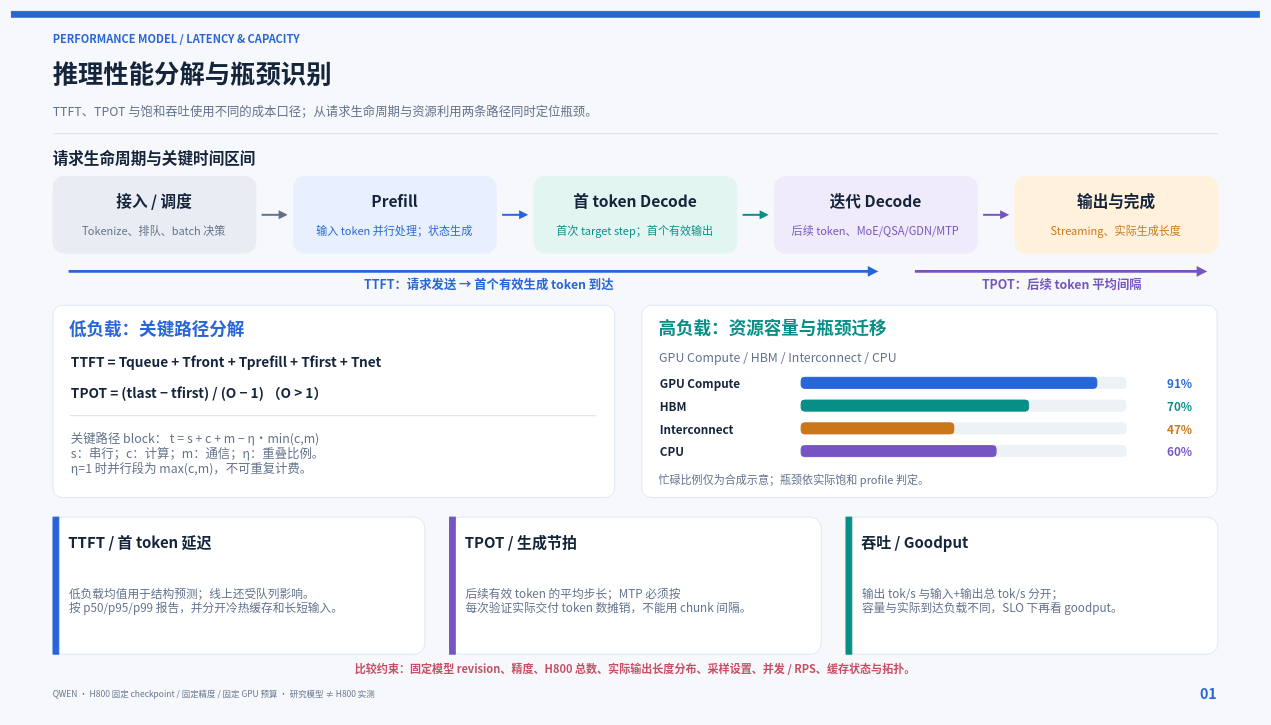
This is page "01｜性能分解与瓶颈识别" (1 of 3) of theory/diagrams/inference-optimization-map.drawio from Sunhuahai/llm-inference-theory, a draw.io file, before an edit. Source tidied: cells renumbered, new cells numbered last; positions are measured from the earlier drawing's top-left corner, leaving out a move shared by most shapes. Both pictures are drawn from the tidied source at 65%, with x=0, y=0 at pixel (11, 11).
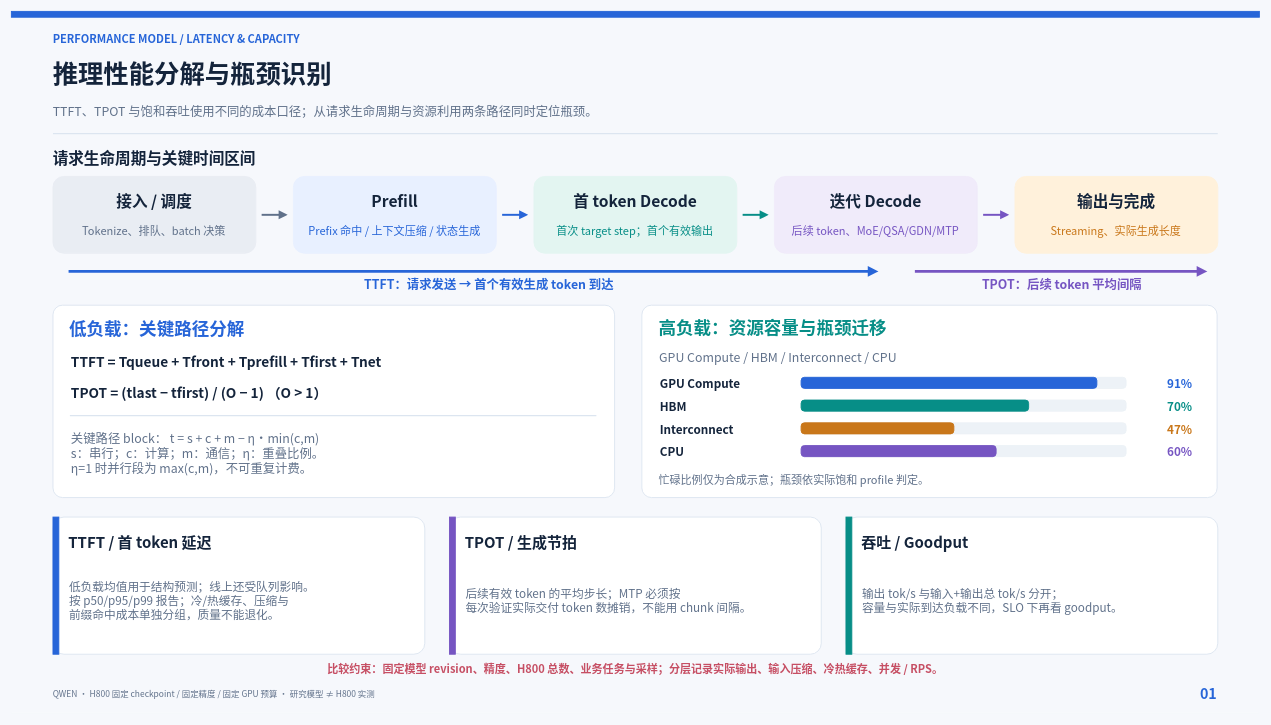
The same page after the edit.

Diff of the diagram source:
```diff
@@
-    <mxCell id="17" value="输入 token 并行处理；状态生成" style="text;whiteSpace=wrap;html=0;overflow=visible;align=center;verticalAlign=middle;spacing=0;fontFamily=Noto Sans CJK SC;fontSize=17;fontStyle=0;fontColor=#2765D8;strokeColor=none;fillColor=none;" parent="1" vertex="1">
+    <mxCell id="17" value="Prefix 命中 / 上下文压缩 / 状态生成" style="text;whiteSpace=wrap;html=0;overflow=visible;align=center;verticalAlign=middle;spacing=0;fontFamily=Noto Sans CJK SC;fontSize=17;fontStyle=0;fontColor=#2765D8;strokeColor=none;fillColor=none;" parent="1" vertex="1">
       <mxGeometry x="445" y="318" width="289" height="39" as="geometry" />
     </mxCell>
@@
-    <mxCell id="63" value="低负载均值用于结构预测；线上还受队列影响。&#10;按 p50/p95/p99 报告，并分开冷热缓存和长短输入。" style="text;whiteSpace=wrap;html=0;overflow=visible;align=left;verticalAlign=middle;spacing=0;fontFamily=Noto Sans CJK SC;fontSize=18;fontStyle=0;fontColor=#60718A;strokeColor=none;fillColor=none;" parent="1" vertex="1">
+    <mxCell id="63" value="低负载均值用于结构预测；线上还受队列影响。&#10;按 p50/p95/p99 报告；冷/热缓存、压缩与&#10;前缀命中成本单独分组，质量不能退化。" style="text;whiteSpace=wrap;html=0;overflow=visible;align=left;verticalAlign=middle;spacing=0;fontFamily=Noto Sans CJK SC;fontSize=18;fontStyle=0;fontColor=#60718A;strokeColor=none;fillColor=none;" parent="1" vertex="1">
       <mxGeometry x="89" y="846" width="520" height="119" as="geometry" />
     </mxCell>
@@
-    <mxCell id="72" value="比较约束：固定模型 revision、精度、H800 总数、实际输出长度分布、采样设置、并发 / RPS、缓存状态与拓扑。" style="text;whiteSpace=wrap;html=0;overflow=visible;align=center;verticalAlign=middle;spacing=0;fontFamily=Noto Sans CJK SC;fontSize=17;fontStyle=1;fontColor=#C64F64;strokeColor=none;fillColor=none;" parent="1" vertex="1">
+    <mxCell id="72" value="比较约束：固定模型 revision、精度、H800 总数、业务任务与采样；分层记录实际输出、输入压缩、冷热缓存、并发 / RPS。" style="text;whiteSpace=wrap;html=0;overflow=visible;align=center;verticalAlign=middle;spacing=0;fontFamily=Noto Sans CJK SC;fontSize=17;fontStyle=1;fontColor=#C64F64;strokeColor=none;fillColor=none;" parent="1" vertex="1">
       <mxGeometry x="70" y="997" width="1780" height="28" as="geometry" />
     </mxCell>
```
